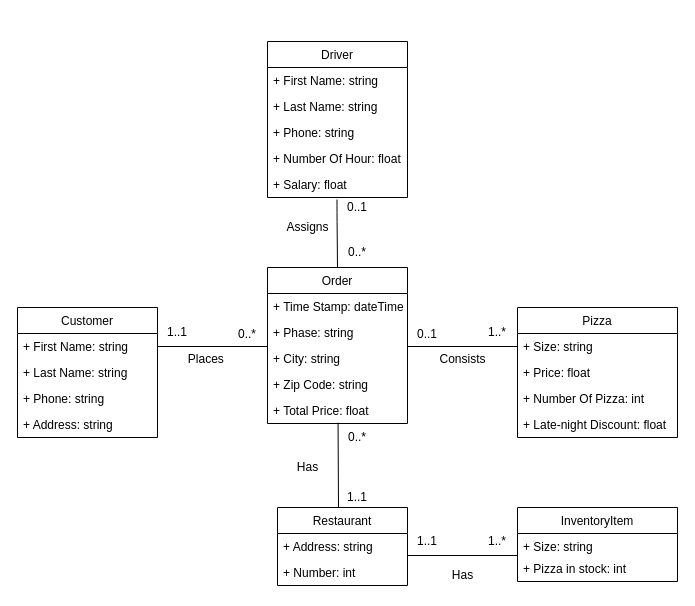
Before: page "UML" (1 of 4) of Project01.drawio in thanhnguyen210299/CSULB-CECS-323, a draw.io diagram. Source tidied: cells renumbered, new cells numbered last; positions are measured from the earlier drawing's top-left corner, leaving out a move shared by most shapes. Both pictures are drawn from the tidied source at 100%, with x=0, y=0 at pixel (17, 41).
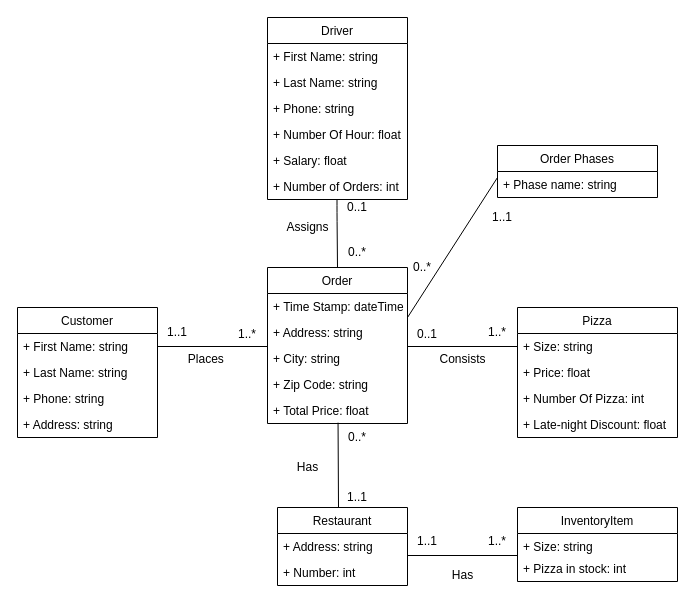
The same diagram, later.

Unchanged cells that the change refers to:
```xml
<mxCell id="11" value="Order" style="swimlane;fontStyle=0;horizontal=1;startSize=26;fillColor=none;" parent="1" vertex="1">
  <mxGeometry x="250" y="226" width="140" height="156" as="geometry" />
</mxCell>
```

What changed in the source:
```diff
@@
-    <mxCell id="13" value="+ Phase: string" style="text;strokeColor=none;fillColor=none;align=left;verticalAlign=top;spacingLeft=4;spacingRight=4;overflow=hidden;" parent="11" vertex="1">
+    <mxCell id="13" value="+ Address: string" style="text;strokeColor=none;fillColor=none;align=left;verticalAlign=top;spacingLeft=4;spacingRight=4;overflow=hidden;" parent="11" vertex="1">
       <mxGeometry y="52" width="140" height="26" as="geometry" />
     </mxCell>
@@
-    <mxCell id="17" value="0..*" style="text;html=1;strokeColor=none;fillColor=none;align=center;verticalAlign=middle;whiteSpace=wrap;rounded=0;" parent="1" vertex="1">
+    <mxCell id="17" value="1..*" style="text;html=1;strokeColor=none;fillColor=none;align=center;verticalAlign=middle;whiteSpace=wrap;rounded=0;" parent="1" vertex="1">
       <mxGeometry x="210" y="283" width="40" height="20" as="geometry" />
     </mxCell>
@@
     <mxCell id="22" value="Driver" style="swimlane;fontStyle=0;horizontal=1;startSize=26;fillColor=none;" parent="1" vertex="1">
-      <mxGeometry x="250" width="140" height="156" as="geometry" />
+      <mxGeometry x="250" y="-24" width="140" height="182" as="geometry" />
     </mxCell>
@@
+    <mxCell id="50" value="+ Number of Orders: int" style="text;strokeColor=none;fillColor=none;align=left;verticalAlign=top;spacingLeft=4;spacingRight=4;overflow=hidden;" parent="22" vertex="1">
+      <mxGeometry y="156" width="140" height="26" as="geometry" />
+    </mxCell>
@@
+    <mxCell id="51" style="endArrow=none;html=1;" parent="1" edge="1">
+      <mxGeometry relative="1" as="geometry">
+        <mxPoint x="390" y="276" as="sourcePoint" />
+        <mxPoint x="480" y="136" as="targetPoint" />
+      </mxGeometry>
+    </mxCell>
+    <mxCell id="52" value="Order Phases" style="swimlane;fontStyle=0;horizontal=1;startSize=26;fillColor=none;" parent="1" vertex="1">
+      <mxGeometry x="480" y="104" width="160" height="52" as="geometry" />
+    </mxCell>
+    <mxCell id="53" value="+ Phase name: string" style="text;strokeColor=none;fillColor=none;align=left;verticalAlign=top;spacingLeft=4;spacingRight=4;overflow=hidden;" parent="52" vertex="1">
+      <mxGeometry y="26" width="160" height="26" as="geometry" />
+    </mxCell>
+    <mxCell id="54" value="0..*" style="text;html=1;strokeColor=none;fillColor=none;align=center;verticalAlign=middle;whiteSpace=wrap;rounded=0;" parent="1" vertex="1">
+      <mxGeometry x="385" y="216" width="40" height="20" as="geometry" />
+    </mxCell>
+    <mxCell id="55" value="1..1" style="text;html=1;strokeColor=none;fillColor=none;align=center;verticalAlign=middle;whiteSpace=wrap;rounded=0;" parent="1" vertex="1">
+      <mxGeometry x="465" y="166" width="40" height="20" as="geometry" />
+    </mxCell>
```
